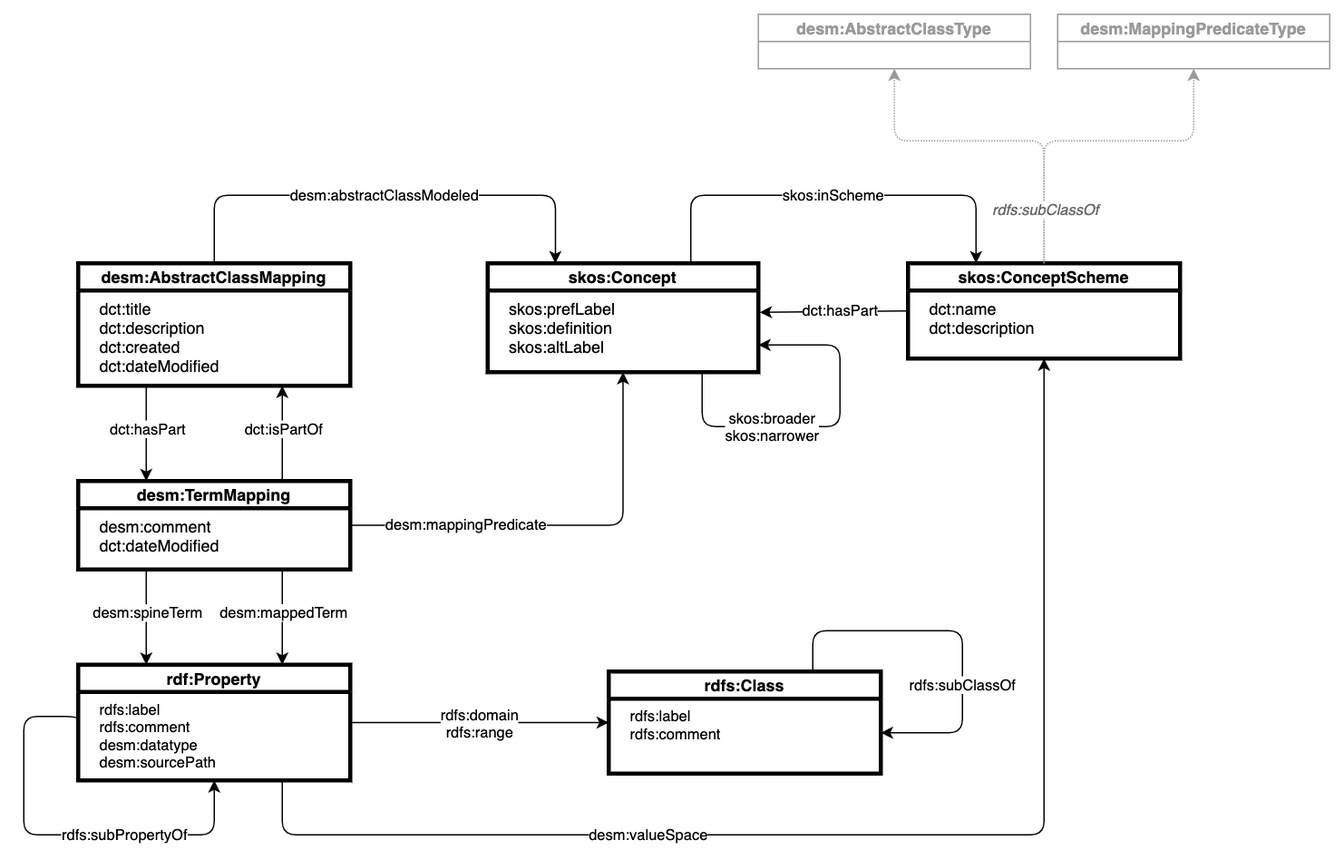
t3-innovation-network/desm keeps this draw.io diagram as ns/Domain_Model-REV.png. Above is the earlier version. Source tidied: cells renumbered, new cells last; positions are measured from the earlier drawing's top-left corner, leaving out a move shared by most shapes. The source it was exported from:
```xml
<mxGraphModel>
  <root>
    <mxCell id="0" />
    <mxCell id="1" parent="0" />
    <mxCell id="2" value="desm:AbstractClassMapping" style="swimlane;startSize=20;strokeWidth=3;" parent="1" vertex="1">
      <mxGeometry x="40" y="183" width="200" height="90" as="geometry" />
    </mxCell>
    <mxCell id="3" value="dct:title&#10;dct:description&#10;dct:created&#10;dct:dateModified&#10;" style="text;strokeColor=none;fillColor=none;align=left;verticalAlign=top;spacingLeft=4;spacingRight=4;overflow=hidden;" parent="2" vertex="1">
      <mxGeometry x="10" y="20" width="160" height="60" as="geometry" />
    </mxCell>
    <mxCell id="4" value="skos:Concept" style="swimlane;startSize=20;strokeWidth=3;" parent="1" vertex="1">
      <mxGeometry x="341" y="183" width="199" height="80" as="geometry" />
    </mxCell>
    <mxCell id="5" value="skos:prefLabel&#10;skos:definition&#10;skos:altLabel&#10;" style="text;strokeColor=none;fillColor=none;align=left;verticalAlign=top;spacingLeft=4;spacingRight=4;overflow=hidden;points=[[0,0.5],[1,0.5]];portConstraint=eastwest;fontFamily=Helvetica;" parent="4" vertex="1">
      <mxGeometry x="10" y="20" width="160" height="60" as="geometry" />
    </mxCell>
    <mxCell id="6" value="skos:broader&lt;br&gt;skos:narrower" style="edgeStyle=segmentEdgeStyle;endArrow=classic;html=1;fontFamily=Helvetica;fontSize=11;exitX=0.923;exitY=0.981;exitDx=0;exitDy=0;exitPerimeter=0;entryX=1;entryY=0.75;entryDx=0;entryDy=0;" parent="4" edge="1" source="5" target="4">
      <mxGeometry x="-0.3" relative="1" as="geometry">
        <Array as="points">
          <mxPoint x="158" y="120" />
          <mxPoint x="259" y="120" />
          <mxPoint x="259" y="60" />
        </Array>
      </mxGeometry>
    </mxCell>
    <mxCell id="7" value="skos:ConceptScheme" style="swimlane;startSize=20;strokeWidth=3;" parent="1" vertex="1">
      <mxGeometry x="650" y="183" width="200" height="70" as="geometry" />
    </mxCell>
    <mxCell id="8" value="dct:name&#10;dct:description&#10;&#10;" style="text;strokeColor=none;fillColor=none;align=left;verticalAlign=top;spacingLeft=4;spacingRight=4;overflow=hidden;" parent="7" vertex="1">
      <mxGeometry x="10" y="20" width="120" height="40" as="geometry" />
    </mxCell>
    <mxCell id="9" value="skos:inScheme" style="edgeStyle=segmentEdgeStyle;endArrow=classic;html=1;exitX=0.75;exitY=0;exitDx=0;exitDy=0;entryX=0.25;entryY=0;entryDx=0;entryDy=0;" parent="1" edge="1" source="4" target="7">
      <mxGeometry relative="1" as="geometry">
        <Array as="points">
          <mxPoint x="490" y="133" />
          <mxPoint x="700" y="133" />
        </Array>
      </mxGeometry>
    </mxCell>
    <mxCell id="10" value="dct:hasPart" style="endArrow=none;html=1;startArrow=classic;startFill=1;endFill=0;exitX=1;exitY=0.5;exitDx=0;exitDy=0;entryX=0;entryY=0.5;entryDx=0;entryDy=0;" parent="1" edge="1" target="7">
      <mxGeometry x="0.08" relative="1" as="geometry">
        <mxPoint x="541" y="219" as="sourcePoint" />
      </mxGeometry>
    </mxCell>
    <mxCell id="11" value="desm:abstractClassModeled" style="edgeStyle=segmentEdgeStyle;endArrow=classic;html=1;exitX=0.5;exitY=0;exitDx=0;exitDy=0;entryX=0.25;entryY=0;entryDx=0;entryDy=0;" parent="1" edge="1" source="2" target="4">
      <mxGeometry relative="1" as="geometry">
        <Array as="points">
          <mxPoint x="140" y="133" />
          <mxPoint x="391" y="133" />
        </Array>
      </mxGeometry>
    </mxCell>
    <mxCell id="12" value="desm:TermMapping" style="swimlane;startSize=20;strokeWidth=3;" parent="1" vertex="1">
      <mxGeometry x="40" y="343" width="200" height="65" as="geometry" />
    </mxCell>
    <mxCell id="13" value="desm:comment&#10;dct:dateModified&#10;&#10;" style="text;strokeColor=none;fillColor=none;align=left;verticalAlign=top;spacingLeft=4;spacingRight=4;overflow=hidden;" parent="12" vertex="1">
      <mxGeometry x="10" y="20" width="140" height="40" as="geometry" />
    </mxCell>
    <mxCell id="14" style="endArrow=classic;html=1;entryX=0.25;entryY=0;entryDx=0;entryDy=0;exitX=0.25;exitY=1;exitDx=0;exitDy=0;" parent="1" edge="1" source="2" target="12">
      <mxGeometry relative="1" as="geometry" />
    </mxCell>
    <mxCell id="15" value="dct:hasPart" style="edgeLabel;html=1;align=center;verticalAlign=middle;" parent="14" vertex="1">
      <mxGeometry x="-0.11" relative="1" as="geometry" />
    </mxCell>
    <mxCell id="16" style="endArrow=none;html=1;entryX=0.75;entryY=0;entryDx=0;entryDy=0;exitX=0.75;exitY=1;exitDx=0;exitDy=0;startArrow=classic;startFill=1;endFill=0;" parent="1" edge="1" source="2" target="12">
      <mxGeometry relative="1" as="geometry" />
    </mxCell>
    <mxCell id="17" value="dct:isPartOf" style="edgeLabel;html=1;align=center;verticalAlign=middle;" parent="16" vertex="1">
      <mxGeometry x="-0.11" relative="1" as="geometry" />
    </mxCell>
    <mxCell id="18" style="edgeStyle=segmentEdgeStyle;endArrow=classic;html=1;exitX=1;exitY=0.5;exitDx=0;exitDy=0;entryX=0.5;entryY=1;entryDx=0;entryDy=0;" parent="1" edge="1" source="12" target="4">
      <mxGeometry relative="1" as="geometry" />
    </mxCell>
    <mxCell id="19" value="desm:mappingPredicate" style="edgeLabel;html=1;align=center;verticalAlign=middle;" parent="18" vertex="1">
      <mxGeometry x="-0.46" y="1" relative="1" as="geometry" />
    </mxCell>
    <mxCell id="20" value="rdf:Property" style="swimlane;startSize=20;strokeWidth=3;fontStyle=1;" parent="1" vertex="1">
      <mxGeometry x="40" y="478" width="200" height="85" as="geometry" />
    </mxCell>
    <mxCell id="21" value="rdfs:label&#10;rdfs:comment&#10;desm:datatype&#10;desm:sourcePath&#10;" style="text;strokeColor=none;fillColor=none;align=left;verticalAlign=top;spacingLeft=4;spacingRight=4;overflow=hidden;fontStyle=0;fontFamily=Helvetica;fontSize=11;" parent="20" vertex="1">
      <mxGeometry x="10" y="20" width="190" height="60" as="geometry" />
    </mxCell>
    <mxCell id="22" style="edgeStyle=segmentEdgeStyle;endArrow=classic;html=1;exitX=0.75;exitY=1;exitDx=0;exitDy=0;entryX=0.5;entryY=1;entryDx=0;entryDy=0;" parent="1" edge="1" source="20" target="7">
      <mxGeometry relative="1" as="geometry">
        <Array as="points">
          <mxPoint x="190" y="603" />
          <mxPoint x="750" y="603" />
        </Array>
      </mxGeometry>
    </mxCell>
    <mxCell id="23" value="desm:valueSpace" style="edgeLabel;html=1;align=center;verticalAlign=middle;" parent="22" vertex="1">
      <mxGeometry x="-0.62" y="1" relative="1" as="geometry">
        <mxPoint x="126" as="offset" />
      </mxGeometry>
    </mxCell>
    <mxCell id="24" style="endArrow=classic;html=1;entryX=0.25;entryY=0;entryDx=0;entryDy=0;exitX=0.25;exitY=1;exitDx=0;exitDy=0;" parent="1" edge="1">
      <mxGeometry relative="1" as="geometry">
        <mxPoint x="90" y="408" as="sourcePoint" />
        <mxPoint x="90" y="478" as="targetPoint" />
      </mxGeometry>
    </mxCell>
    <mxCell id="25" value="desm:spineTerm" style="edgeLabel;html=1;align=center;verticalAlign=middle;" parent="24" vertex="1">
      <mxGeometry x="-0.11" relative="1" as="geometry" />
    </mxCell>
    <mxCell id="26" style="endArrow=classic;html=1;entryX=0.75;entryY=0;entryDx=0;entryDy=0;exitX=0.75;exitY=1;exitDx=0;exitDy=0;" parent="1" edge="1" source="12" target="20">
      <mxGeometry relative="1" as="geometry" />
    </mxCell>
    <mxCell id="27" value="desm:mappedTerm" style="edgeLabel;html=1;align=center;verticalAlign=middle;" parent="26" vertex="1">
      <mxGeometry x="-0.11" relative="1" as="geometry" />
    </mxCell>
    <mxCell id="28" value="desm:AbstractClassType" style="swimlane;startSize=20;strokeWidth=1;labelBackgroundColor=none;labelBorderColor=none;strokeColor=#999999;fontColor=#999999;" parent="1" vertex="1">
      <mxGeometry x="540" width="200" height="40" as="geometry" />
    </mxCell>
    <mxCell id="29" value="desm:MappingPredicateType" style="swimlane;startSize=20;strokeWidth=1;labelBackgroundColor=none;labelBorderColor=none;strokeColor=#999999;fontColor=#999999;" parent="1" vertex="1">
      <mxGeometry x="760" width="200" height="40" as="geometry" />
    </mxCell>
    <mxCell id="30" style="edgeStyle=segmentEdgeStyle;endArrow=classic;html=1;fontFamily=Helvetica;fontSize=11;fontColor=#999999;exitX=0.5;exitY=0;exitDx=0;exitDy=0;entryX=0.5;entryY=1;entryDx=0;entryDy=0;strokeColor=#999999;dashed=1;dashPattern=1 1;" parent="1" edge="1" source="7" target="28">
      <mxGeometry relative="1" as="geometry">
        <Array as="points">
          <mxPoint x="750" y="93" />
          <mxPoint x="640" y="93" />
        </Array>
      </mxGeometry>
    </mxCell>
    <mxCell id="31" style="edgeStyle=segmentEdgeStyle;endArrow=classic;html=1;fontFamily=Helvetica;fontSize=11;fontColor=#999999;exitX=0.5;exitY=0;exitDx=0;exitDy=0;entryX=0.5;entryY=1;entryDx=0;entryDy=0;strokeColor=#999999;dashed=1;dashPattern=1 1;" parent="1" edge="1" source="7" target="29">
      <mxGeometry relative="1" as="geometry">
        <Array as="points">
          <mxPoint x="750" y="93" />
          <mxPoint x="860" y="93" />
        </Array>
      </mxGeometry>
    </mxCell>
    <mxCell id="32" value="&lt;font&gt;&lt;i&gt;rdfs:subClassOf&lt;/i&gt;&lt;/font&gt;" style="edgeLabel;html=1;align=center;verticalAlign=middle;fontSize=11;fontFamily=Helvetica;fontColor=#666666;" parent="31" vertex="1">
      <mxGeometry x="-0.4" relative="1" as="geometry">
        <mxPoint y="36" as="offset" />
      </mxGeometry>
    </mxCell>
    <mxCell id="33" value="rdfs:Class" style="swimlane;startSize=20;strokeWidth=3;fontStyle=1;" parent="1" vertex="1">
      <mxGeometry x="430" y="483" width="200" height="75" as="geometry" />
    </mxCell>
    <mxCell id="34" value="rdfs:label &#10;rdfs:comment  &#10;" style="text;strokeColor=none;fillColor=none;align=left;verticalAlign=top;spacingLeft=4;spacingRight=4;overflow=hidden;points=[[0,0.5],[1,0.5]];portConstraint=eastwest;fontStyle=0;fontFamily=Helvetica;fontSize=11;" parent="33" vertex="1">
      <mxGeometry x="10" y="20" width="190" height="50" as="geometry" />
    </mxCell>
    <mxCell id="35" value="rdfs:subClassOf" style="edgeStyle=segmentEdgeStyle;endArrow=classic;html=1;exitX=0.75;exitY=0;exitDx=0;exitDy=0;entryX=1;entryY=0.5;entryDx=0;entryDy=0;" parent="33" edge="1" source="33" target="34">
      <mxGeometry x="0.31" relative="1" as="geometry">
        <Array as="points">
          <mxPoint x="150" y="-30" />
          <mxPoint x="260" y="-30" />
          <mxPoint x="260" y="45" />
        </Array>
      </mxGeometry>
    </mxCell>
    <mxCell id="36" value="rdfs:domain&lt;br&gt;rdfs:range" style="endArrow=classic;html=1;exitX=1;exitY=0.5;exitDx=0;exitDy=0;entryX=0;entryY=0.5;entryDx=0;entryDy=0;" parent="1" edge="1" source="20" target="33">
      <mxGeometry relative="1" as="geometry" />
    </mxCell>
    <mxCell id="37" value="rdfs:subPropertyOf" style="edgeStyle=segmentEdgeStyle;endArrow=none;html=1;entryX=0;entryY=0.5;entryDx=0;entryDy=0;exitX=0.5;exitY=1;exitDx=0;exitDy=0;startArrow=classic;startFill=1;endFill=0;" parent="1" edge="1" source="20" target="20">
      <mxGeometry x="-0.32" relative="1" as="geometry">
        <Array as="points">
          <mxPoint x="140" y="603" />
          <mxPoint y="603" />
          <mxPoint y="516" />
          <mxPoint x="40" y="516" />
        </Array>
      </mxGeometry>
    </mxCell>
  </root>
</mxGraphModel>
```
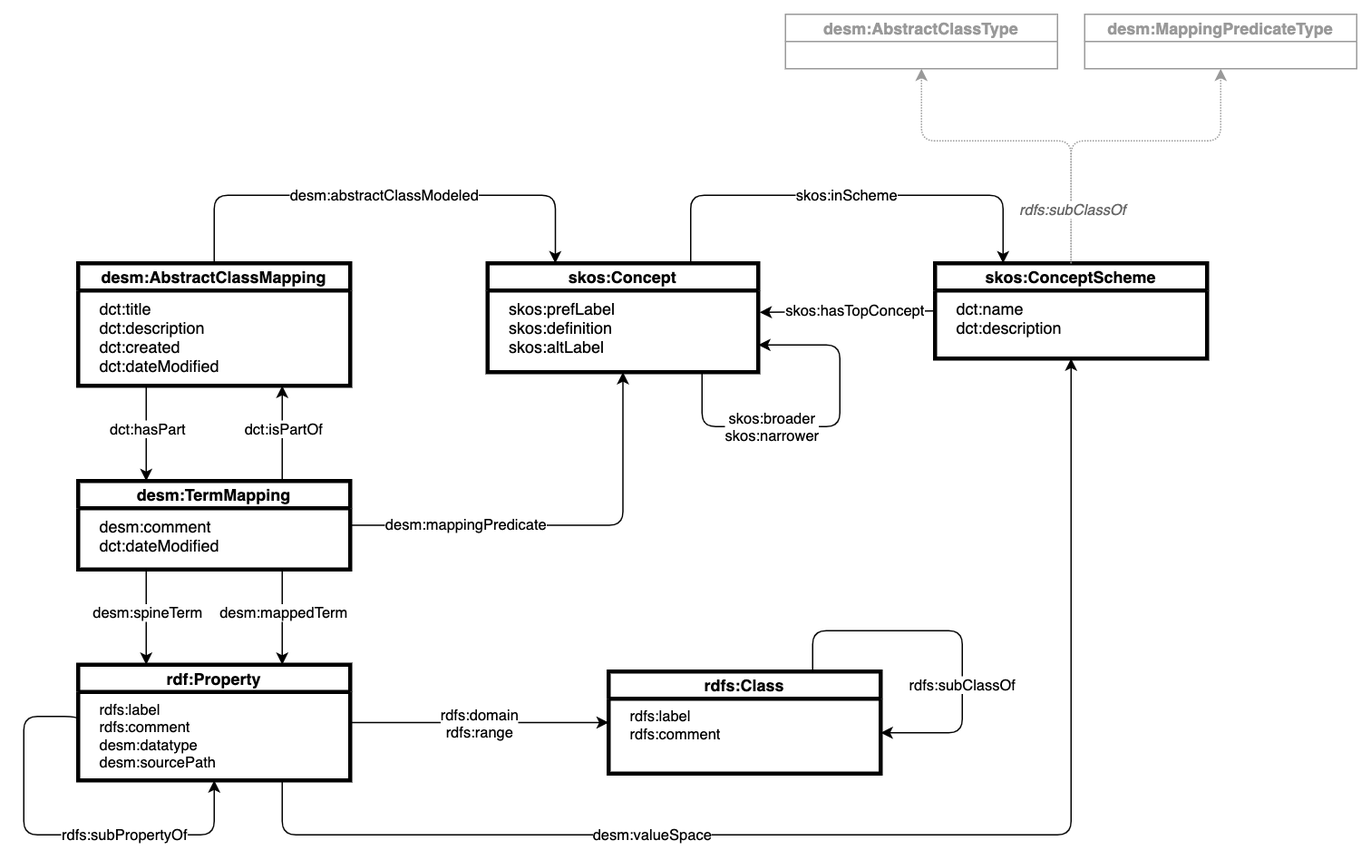
The same diagram one commit later.

Commit message:
Updated model to use skos:hasTopConcept

What changed in the source:
```diff
@@ -24,7 +24,7 @@
       </mxGeometry>
     </mxCell>
     <mxCell id="7" value="skos:ConceptScheme" style="swimlane;startSize=20;strokeWidth=3;" parent="1" vertex="1">
-      <mxGeometry x="650" y="183" width="200" height="70" as="geometry" />
+      <mxGeometry x="670" y="183" width="200" height="70" as="geometry" />
     </mxCell>
     <mxCell id="8" value="dct:name&#10;dct:description&#10;&#10;" style="text;strokeColor=none;fillColor=none;align=left;verticalAlign=top;spacingLeft=4;spacingRight=4;overflow=hidden;" parent="7" vertex="1">
       <mxGeometry x="10" y="20" width="120" height="40" as="geometry" />
@@ -33,11 +33,11 @@
       <mxGeometry relative="1" as="geometry">
         <Array as="points">
           <mxPoint x="490" y="133" />
-          <mxPoint x="700" y="133" />
+          <mxPoint x="720" y="133" />
         </Array>
       </mxGeometry>
     </mxCell>
-    <mxCell id="10" value="dct:hasPart" style="endArrow=none;html=1;startArrow=classic;startFill=1;endFill=0;exitX=1;exitY=0.5;exitDx=0;exitDy=0;entryX=0;entryY=0.5;entryDx=0;entryDy=0;" parent="1" edge="1" target="7">
+    <mxCell id="10" value="skos:hasTopConcept" style="endArrow=none;html=1;startArrow=classic;startFill=1;endFill=0;exitX=1;exitY=0.5;exitDx=0;exitDy=0;entryX=0;entryY=0.5;entryDx=0;entryDy=0;" parent="1" edge="1" target="7">
       <mxGeometry x="0.08" relative="1" as="geometry">
         <mxPoint x="541" y="219" as="sourcePoint" />
       </mxGeometry>
@@ -84,7 +84,7 @@
       <mxGeometry relative="1" as="geometry">
         <Array as="points">
           <mxPoint x="190" y="603" />
-          <mxPoint x="750" y="603" />
+          <mxPoint x="770" y="603" />
         </Array>
       </mxGeometry>
     </mxCell>
@@ -109,24 +109,24 @@
       <mxGeometry x="-0.11" relative="1" as="geometry" />
     </mxCell>
     <mxCell id="28" value="desm:AbstractClassType" style="swimlane;startSize=20;strokeWidth=1;labelBackgroundColor=none;labelBorderColor=none;strokeColor=#999999;fontColor=#999999;" parent="1" vertex="1">
-      <mxGeometry x="540" width="200" height="40" as="geometry" />
+      <mxGeometry x="560" width="200" height="40" as="geometry" />
     </mxCell>
     <mxCell id="29" value="desm:MappingPredicateType" style="swimlane;startSize=20;strokeWidth=1;labelBackgroundColor=none;labelBorderColor=none;strokeColor=#999999;fontColor=#999999;" parent="1" vertex="1">
-      <mxGeometry x="760" width="200" height="40" as="geometry" />
+      <mxGeometry x="780" width="200" height="40" as="geometry" />
     </mxCell>
     <mxCell id="30" style="edgeStyle=segmentEdgeStyle;endArrow=classic;html=1;fontFamily=Helvetica;fontSize=11;fontColor=#999999;exitX=0.5;exitY=0;exitDx=0;exitDy=0;entryX=0.5;entryY=1;entryDx=0;entryDy=0;strokeColor=#999999;dashed=1;dashPattern=1 1;" parent="1" edge="1" source="7" target="28">
       <mxGeometry relative="1" as="geometry">
         <Array as="points">
-          <mxPoint x="750" y="93" />
-          <mxPoint x="640" y="93" />
+          <mxPoint x="770" y="93" />
+          <mxPoint x="660" y="93" />
         </Array>
       </mxGeometry>
     </mxCell>
     <mxCell id="31" style="edgeStyle=segmentEdgeStyle;endArrow=classic;html=1;fontFamily=Helvetica;fontSize=11;fontColor=#999999;exitX=0.5;exitY=0;exitDx=0;exitDy=0;entryX=0.5;entryY=1;entryDx=0;entryDy=0;strokeColor=#999999;dashed=1;dashPattern=1 1;" parent="1" edge="1" source="7" target="29">
       <mxGeometry relative="1" as="geometry">
         <Array as="points">
-          <mxPoint x="750" y="93" />
-          <mxPoint x="860" y="93" />
+          <mxPoint x="770" y="93" />
+          <mxPoint x="880" y="93" />
         </Array>
       </mxGeometry>
     </mxCell>
```
